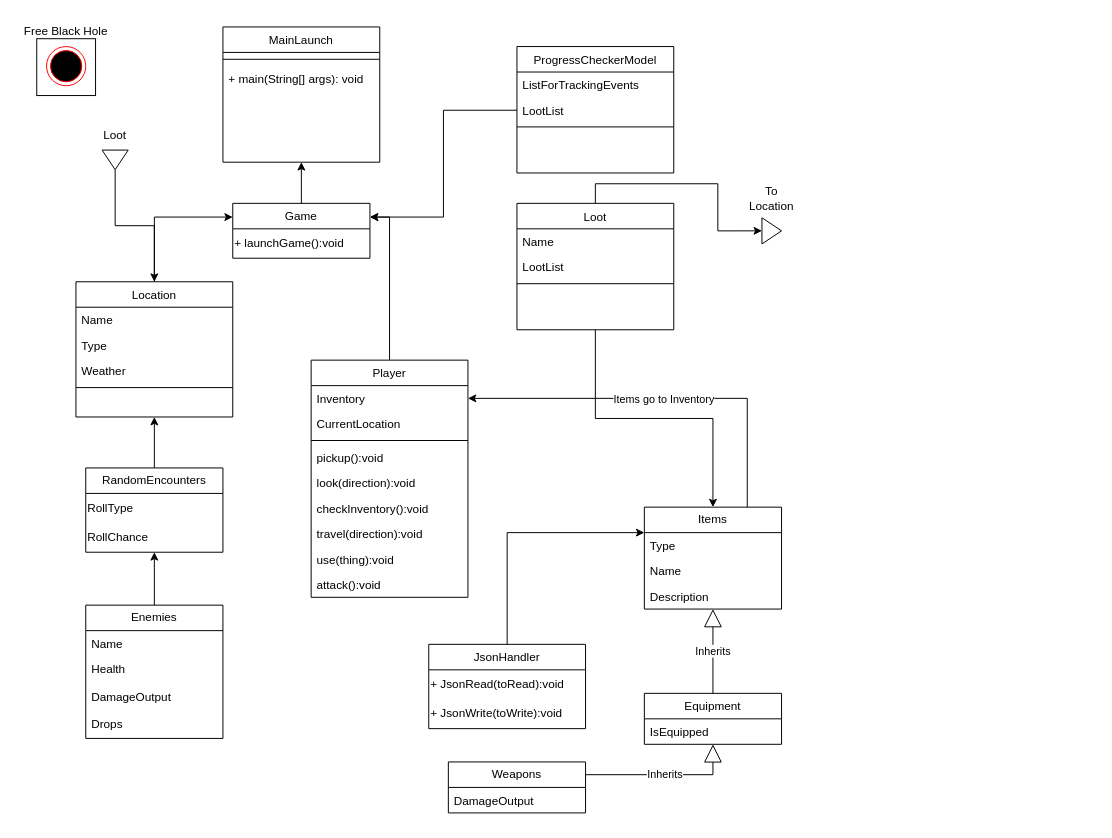
Before: UMLClassDiagramPTAO.drawio in Arhan-Baltes11/PTAO-ProjectTextAdventureOop, a draw.io diagram. Source tidied: cells renumbered, new cells numbered last; positions are measured from the earlier drawing's top-left corner, leaving out a move shared by most shapes. Both pictures are drawn from the tidied source at 98%, with x=0, y=0 at pixel (17, 17).
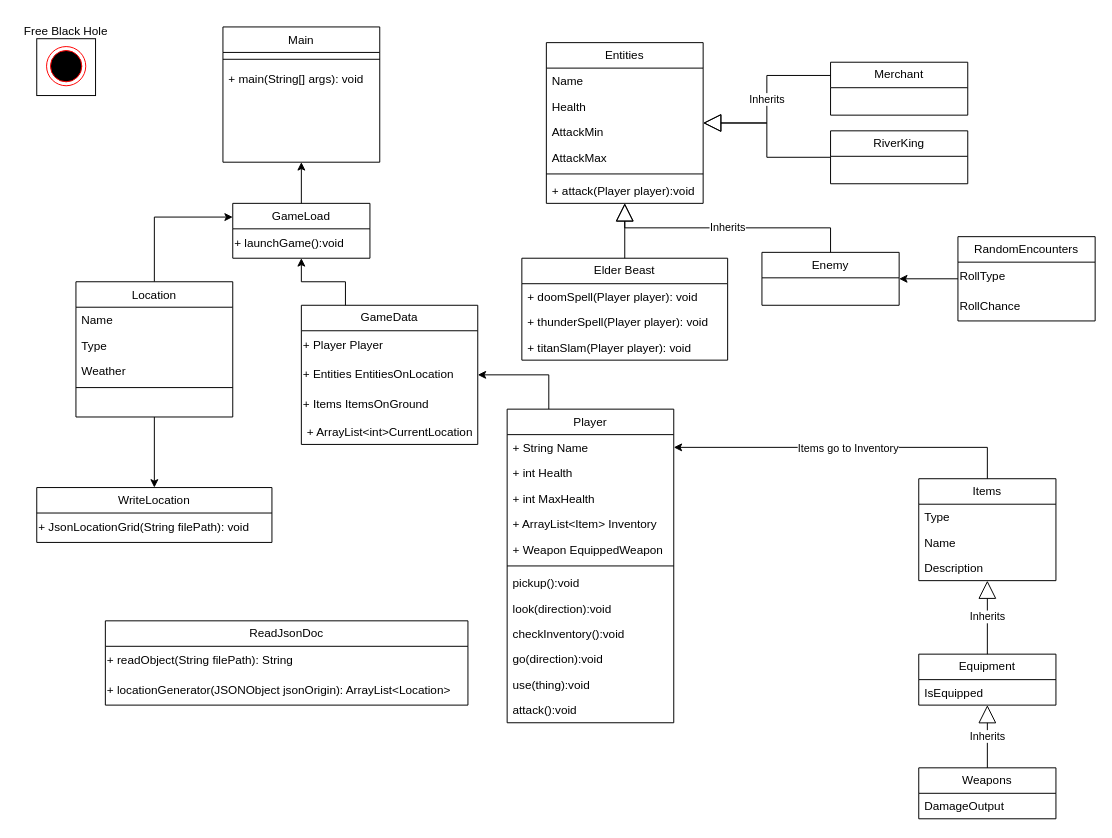
After the change.

Commit message (it also covers changes not shown here):
Updated the UML .drawio document

Unchanged cells that the change refers to:
```xml
<mxCell id="6" value="Location" style="swimlane;fontStyle=0;align=center;verticalAlign=top;horizontal=1;startSize=26;rounded=0;shadow=0;strokeWidth=1;" parent="1" vertex="1">
  <mxGeometry x="60" y="270" width="160" height="138" as="geometry" />
</mxCell>
<mxCell id="39" value="RollChance" style="text;html=1;align=left;verticalAlign=middle;points=[];strokeColor=none;fillColor=none;" parent="37" vertex="1">
  <mxGeometry y="56" width="140" height="30" as="geometry" />
</mxCell>
<mxCell id="67" value="IsEquipped" style="text;align=left;verticalAlign=top;spacingLeft=4;spacingRight=4;overflow=hidden;points=[[0,0.5],[1,0.5]];portConstraint=eastwest;" parent="66" vertex="1">
  <mxGeometry y="26" width="140" height="26" as="geometry" />
</mxCell>
```

Diff of the diagram source:
```diff
@@
-    <mxCell id="2" value="MainLaunch" style="swimlane;fontStyle=0;align=center;verticalAlign=top;horizontal=1;startSize=26;rounded=0;shadow=0;strokeWidth=1;" parent="1" vertex="1">
+    <mxCell id="2" value="Main" style="swimlane;fontStyle=0;align=center;verticalAlign=top;horizontal=1;startSize=26;rounded=0;shadow=0;strokeWidth=1;" parent="1" vertex="1">
       <mxGeometry x="210" y="10" width="160" height="138" as="geometry" />
     </mxCell>
@@
+    <mxCell id="70" style="edgeStyle=orthogonalEdgeStyle;rounded=0;jettySize=auto;html=1;exitX=0.5;exitY=1;exitDx=0;exitDy=0;entryX=0.5;entryY=0;entryDx=0;entryDy=0;" parent="1" edge="1" source="6" target="97">
+      <mxGeometry relative="1" as="geometry" />
+    </mxCell>
@@
-    <mxCell id="11" style="edgeStyle=orthogonalEdgeStyle;rounded=0;jettySize=auto;html=1;exitX=0.5;exitY=0;exitDx=0;exitDy=0;entryX=1;entryY=0.25;entryDx=0;entryDy=0;" parent="1" edge="1" source="12" target="54">
-      <mxGeometry relative="1" as="geometry" />
-    </mxCell>
+    <mxCell id="71" style="edgeStyle=orthogonalEdgeStyle;rounded=0;jettySize=auto;html=1;exitX=0.25;exitY=0;exitDx=0;exitDy=0;" parent="1" edge="1" source="12" target="78">
+      <mxGeometry relative="1" as="geometry" />
+    </mxCell>
     <mxCell id="12" value="Player" style="swimlane;fontStyle=0;align=center;verticalAlign=top;horizontal=1;startSize=26;rounded=0;shadow=0;strokeWidth=1;" parent="1" vertex="1">
-      <mxGeometry x="300" y="350" width="160" height="242" as="geometry" />
+      <mxGeometry x="500" y="400" width="170" height="320" as="geometry" />
     </mxCell>
+    <mxCell id="72" value="+ String Name" style="text;align=left;verticalAlign=top;spacingLeft=4;spacingRight=4;overflow=hidden;points=[[0,0.5],[1,0.5]];portConstraint=eastwest;" parent="12" vertex="1">
+      <mxGeometry y="26" width="170" height="26" as="geometry" />
+    </mxCell>
+    <mxCell id="73" value="+ int Health" style="text;align=left;verticalAlign=top;spacingLeft=4;spacingRight=4;overflow=hidden;" parent="12" vertex="1">
+      <mxGeometry y="52" width="170" height="26" as="geometry" />
+    </mxCell>
+    <mxCell id="74" value="+ int MaxHealth" style="text;align=left;verticalAlign=top;spacingLeft=4;spacingRight=4;overflow=hidden;" parent="12" vertex="1">
+      <mxGeometry y="78" width="170" height="26" as="geometry" />
+    </mxCell>
-    <mxCell id="13" value="Inventory" style="text;align=left;verticalAlign=top;spacingLeft=4;spacingRight=4;overflow=hidden;points=[[0,0.5],[1,0.5]];portConstraint=eastwest;" parent="12" vertex="1">
-      <mxGeometry y="26" width="160" height="26" as="geometry" />
+    <mxCell id="13" value="+ ArrayList&lt;Item&gt; Inventory" style="text;align=left;verticalAlign=top;spacingLeft=4;spacingRight=4;overflow=hidden;points=[[0,0.5],[1,0.5]];portConstraint=eastwest;" parent="12" vertex="1">
+      <mxGeometry y="104" width="170" height="26" as="geometry" />
     </mxCell>
-    <mxCell id="14" value="CurrentLocation" style="text;align=left;verticalAlign=top;spacingLeft=4;spacingRight=4;overflow=hidden;" parent="12" vertex="1">
-      <mxGeometry y="52" width="160" height="26" as="geometry" />
-    </mxCell>
+    <mxCell id="75" value="+ Weapon EquippedWeapon" style="text;align=left;verticalAlign=top;spacingLeft=4;spacingRight=4;overflow=hidden;" parent="12" vertex="1">
+      <mxGeometry y="130" width="170" height="26" as="geometry" />
+    </mxCell>
     <mxCell id="15" style="line;html=1;strokeWidth=1;align=left;verticalAlign=middle;spacingTop=-1;spacingLeft=3;spacingRight=3;labelPosition=right;" parent="12" vertex="1">
-      <mxGeometry y="78" width="160" height="8" as="geometry" />
+      <mxGeometry y="156" width="170" height="8" as="geometry" />
     </mxCell>
     <mxCell id="16" value="pickup():void" style="text;align=left;verticalAlign=top;spacingLeft=4;spacingRight=4;overflow=hidden;" parent="12" vertex="1">
-      <mxGeometry y="86" width="160" height="26" as="geometry" />
+      <mxGeometry y="164" width="170" height="26" as="geometry" />
     </mxCell>
     <mxCell id="17" value="look(direction):void" style="text;align=left;verticalAlign=top;spacingLeft=4;spacingRight=4;overflow=hidden;" parent="12" vertex="1">
-      <mxGeometry y="112" width="160" height="26" as="geometry" />
+      <mxGeometry y="190" width="170" height="26" as="geometry" />
     </mxCell>
     <mxCell id="18" value="checkInventory():void" style="text;align=left;verticalAlign=top;spacingLeft=4;spacingRight=4;overflow=hidden;" parent="12" vertex="1">
-      <mxGeometry y="138" width="160" height="26" as="geometry" />
+      <mxGeometry y="216" width="170" height="26" as="geometry" />
     </mxCell>
-    <mxCell id="19" value="travel(direction):void" style="text;align=left;verticalAlign=top;spacingLeft=4;spacingRight=4;overflow=hidden;" parent="12" vertex="1">
-      <mxGeometry y="164" width="160" height="26" as="geometry" />
+    <mxCell id="19" value="go(direction):void" style="text;align=left;verticalAlign=top;spacingLeft=4;spacingRight=4;overflow=hidden;" parent="12" vertex="1">
+      <mxGeometry y="242" width="170" height="26" as="geometry" />
     </mxCell>
     <mxCell id="20" value="use(thing):void" style="text;align=left;verticalAlign=top;spacingLeft=4;spacingRight=4;overflow=hidden;" parent="12" vertex="1">
-      <mxGeometry y="190" width="160" height="26" as="geometry" />
+      <mxGeometry y="268" width="170" height="26" as="geometry" />
     </mxCell>
     <mxCell id="21" value="attack():void" style="text;align=left;verticalAlign=top;spacingLeft=4;spacingRight=4;overflow=hidden;" parent="12" vertex="1">
-      <mxGeometry y="216" width="160" height="26" as="geometry" />
+      <mxGeometry y="294" width="170" height="26" as="geometry" />
     </mxCell>
-    <mxCell id="22" style="edgeStyle=orthogonalEdgeStyle;rounded=0;jettySize=auto;html=1;exitX=0.5;exitY=0;exitDx=0;exitDy=0;entryX=0;entryY=0.5;entryDx=0;entryDy=0;" parent="1" edge="1" source="24" target="57">
-      <mxGeometry relative="1" as="geometry" />
-    </mxCell>
-    <mxCell id="23" style="edgeStyle=orthogonalEdgeStyle;rounded=0;jettySize=auto;html=1;exitX=0.5;exitY=1;exitDx=0;exitDy=0;" parent="1" edge="1" source="24" target="30">
-      <mxGeometry relative="1" as="geometry" />
-    </mxCell>
-    <mxCell id="24" value="Loot" style="swimlane;fontStyle=0;align=center;verticalAlign=top;horizontal=1;startSize=26;rounded=0;shadow=0;strokeWidth=1;" parent="1" vertex="1">
-      <mxGeometry x="510" y="190" width="160" height="129" as="geometry" />
-    </mxCell>
-    <mxCell id="25" value="Name" style="text;align=left;verticalAlign=top;spacingLeft=4;spacingRight=4;overflow=hidden;" parent="24" vertex="1">
-      <mxGeometry y="26" width="160" height="26" as="geometry" />
-    </mxCell>
-    <mxCell id="26" value="LootList" style="text;align=left;verticalAlign=top;spacingLeft=4;spacingRight=4;overflow=hidden;" parent="24" vertex="1">
-      <mxGeometry y="52" width="160" height="26" as="geometry" />
-    </mxCell>
-    <mxCell id="27" style="line;html=1;strokeWidth=1;align=left;verticalAlign=middle;spacingTop=-1;spacingLeft=3;spacingRight=3;labelPosition=right;" parent="24" vertex="1">
-      <mxGeometry y="78" width="160" height="8" as="geometry" />
-    </mxCell>
-    <mxCell id="28" style="edgeStyle=orthogonalEdgeStyle;rounded=0;jettySize=auto;html=1;exitX=0.75;exitY=0;exitDx=0;exitDy=0;" parent="1" edge="1" source="30" target="13">
+    <mxCell id="28" style="edgeStyle=orthogonalEdgeStyle;rounded=0;jettySize=auto;html=1;entryX=1;entryY=0.5;entryDx=0;entryDy=0;" parent="1" edge="1" source="30" target="72">
       <mxGeometry relative="1" as="geometry" />
     </mxCell>
@@
     <mxCell id="30" value="Items" style="swimlane;fontStyle=0;horizontal=1;startSize=26;fillColor=none;whiteSpace=wrap;html=1;" parent="1" vertex="1">
-      <mxGeometry x="640" y="500" width="140" height="104" as="geometry" />
+      <mxGeometry x="920" y="471" width="140" height="104" as="geometry" />
     </mxCell>
@@
     <mxCell id="34" value="Weapons" style="swimlane;fontStyle=0;horizontal=1;startSize=26;fillColor=none;whiteSpace=wrap;html=1;" parent="1" vertex="1">
-      <mxGeometry x="440" y="760" width="140" height="52" as="geometry" />
+      <mxGeometry x="920" y="766" width="140" height="52" as="geometry" />
     </mxCell>
@@
-    <mxCell id="36" style="edgeStyle=orthogonalEdgeStyle;rounded=0;jettySize=auto;html=1;exitX=0.5;exitY=0;exitDx=0;exitDy=0;entryX=0.5;entryY=1;entryDx=0;entryDy=0;" parent="1" edge="1" source="37" target="6">
-      <mxGeometry relative="1" as="geometry" />
-    </mxCell>
+    <mxCell id="76" style="edgeStyle=orthogonalEdgeStyle;rounded=0;jettySize=auto;html=1;" parent="1" edge="1" source="37" target="41">
+      <mxGeometry relative="1" as="geometry" />
+    </mxCell>
     <mxCell id="37" value="RandomEncounters" style="swimlane;fontStyle=0;horizontal=1;startSize=26;fillColor=none;whiteSpace=wrap;html=1;" parent="1" vertex="1">
-      <mxGeometry x="70" y="460" width="140" height="86" as="geometry" />
+      <mxGeometry x="960" y="224" width="140" height="86" as="geometry" />
     </mxCell>
@@
-    <mxCell id="40" style="edgeStyle=orthogonalEdgeStyle;rounded=0;jettySize=auto;html=1;exitX=0.5;exitY=0;exitDx=0;exitDy=0;" parent="1" edge="1" source="41" target="39">
-      <mxGeometry relative="1" as="geometry" />
-    </mxCell>
-    <mxCell id="41" value="Enemies" style="swimlane;fontStyle=0;horizontal=1;startSize=26;fillColor=none;whiteSpace=wrap;html=1;" parent="1" vertex="1">
-      <mxGeometry x="70" y="600" width="140" height="136" as="geometry" />
+    <mxCell id="41" value="Enemy" style="swimlane;fontStyle=0;horizontal=1;startSize=26;fillColor=none;whiteSpace=wrap;html=1;" parent="1" vertex="1">
+      <mxGeometry x="760" y="240" width="140" height="54" as="geometry" />
     </mxCell>
-    <mxCell id="42" value="Name" style="text;align=left;verticalAlign=top;spacingLeft=4;spacingRight=4;overflow=hidden;" parent="41" vertex="1">
-      <mxGeometry y="26" width="140" height="26" as="geometry" />
-    </mxCell>
-    <mxCell id="43" value="Health" style="text;align=left;verticalAlign=top;spacingLeft=4;spacingRight=4;overflow=hidden;" parent="41" vertex="1">
-      <mxGeometry y="52" width="140" height="28" as="geometry" />
-    </mxCell>
-    <mxCell id="44" value="DamageOutput" style="text;align=left;verticalAlign=top;spacingLeft=4;spacingRight=4;overflow=hidden;" parent="41" vertex="1">
-      <mxGeometry y="80" width="140" height="28" as="geometry" />
-    </mxCell>
-    <mxCell id="45" value="Drops" style="text;align=left;verticalAlign=top;spacingLeft=4;spacingRight=4;overflow=hidden;" parent="41" vertex="1">
-      <mxGeometry y="108" width="140" height="28" as="geometry" />
-    </mxCell>
-    <mxCell id="46" value="ProgressCheckerModel" style="swimlane;fontStyle=0;align=center;verticalAlign=top;horizontal=1;startSize=26;rounded=0;shadow=0;strokeWidth=1;" parent="1" vertex="1">
-      <mxGeometry x="510" y="30" width="160" height="129" as="geometry" />
-    </mxCell>
-    <mxCell id="47" value="ListForTrackingEvents" style="text;align=left;verticalAlign=top;spacingLeft=4;spacingRight=4;overflow=hidden;" parent="46" vertex="1">
-      <mxGeometry y="26" width="160" height="26" as="geometry" />
-    </mxCell>
-    <mxCell id="48" value="LootList" style="text;align=left;verticalAlign=top;spacingLeft=4;spacingRight=4;overflow=hidden;points=[[0,0.5],[1,0.5]];portConstraint=eastwest;" parent="46" vertex="1">
-      <mxGeometry y="52" width="160" height="26" as="geometry" />
-    </mxCell>
-    <mxCell id="49" style="line;html=1;strokeWidth=1;align=left;verticalAlign=middle;spacingTop=-1;spacingLeft=3;spacingRight=3;labelPosition=right;" parent="46" vertex="1">
-      <mxGeometry y="78" width="160" height="8" as="geometry" />
-    </mxCell>
@@
-    <mxCell id="54" value="Game" style="swimlane;fontStyle=0;horizontal=1;startSize=26;fillColor=none;whiteSpace=wrap;html=1;" parent="1" vertex="1">
+    <mxCell id="54" value="GameLoad" style="swimlane;fontStyle=0;horizontal=1;startSize=26;fillColor=none;whiteSpace=wrap;html=1;" parent="1" vertex="1">
       <mxGeometry x="220" y="190" width="140" height="56" as="geometry" />
     </mxCell>
@@
-    <mxCell id="56" style="edgeStyle=orthogonalEdgeStyle;rounded=0;jettySize=auto;html=1;exitX=0;exitY=0.5;exitDx=0;exitDy=0;entryX=1;entryY=0.25;entryDx=0;entryDy=0;" parent="1" edge="1" source="48" target="54">
-      <mxGeometry relative="1" as="geometry" />
-    </mxCell>
-    <mxCell id="57" style="triangle;whiteSpace=wrap;html=1;" parent="1" vertex="1">
-      <mxGeometry x="760" y="204.7" width="20" height="26.7" as="geometry" />
-    </mxCell>
-    <mxCell id="58" style="edgeStyle=orthogonalEdgeStyle;rounded=0;jettySize=auto;html=1;exitX=1;exitY=0.5;exitDx=0;exitDy=0;entryX=0.5;entryY=0;entryDx=0;entryDy=0;" parent="1" edge="1" source="59" target="6">
-      <mxGeometry relative="1" as="geometry" />
-    </mxCell>
-    <mxCell id="59" style="triangle;whiteSpace=wrap;html=1;rotation=90;" parent="1" vertex="1">
-      <mxGeometry x="90" y="132.3" width="20" height="26.7" as="geometry" />
-    </mxCell>
-    <mxCell id="60" value="Loot" style="text;html=1;align=center;verticalAlign=middle;whiteSpace=wrap;rounded=0;" parent="1" vertex="1">
-      <mxGeometry x="75" y="110.3" width="50" height="22" as="geometry" />
-    </mxCell>
-    <mxCell id="61" value="To Location" style="text;html=1;align=center;verticalAlign=middle;whiteSpace=wrap;rounded=0;" parent="1" vertex="1">
-      <mxGeometry x="740" y="170" width="60" height="30" as="geometry" />
-    </mxCell>
-    <mxCell id="62" style="edgeStyle=orthogonalEdgeStyle;rounded=0;jettySize=auto;html=1;exitX=0.5;exitY=0;exitDx=0;exitDy=0;entryX=0;entryY=0.25;entryDx=0;entryDy=0;" parent="1" edge="1" source="63" target="30">
-      <mxGeometry relative="1" as="geometry" />
-    </mxCell>
-    <mxCell id="63" value="JsonHandler" style="swimlane;fontStyle=0;horizontal=1;startSize=26;fillColor=none;whiteSpace=wrap;html=1;" parent="1" vertex="1">
-      <mxGeometry x="420" y="640" width="160" height="86" as="geometry" />
+    <mxCell id="63" value="ReadJsonDoc" style="swimlane;fontStyle=0;horizontal=1;startSize=26;fillColor=none;whiteSpace=wrap;html=1;" parent="1" vertex="1">
+      <mxGeometry x="90" y="616" width="370" height="86" as="geometry" />
     </mxCell>
-    <mxCell id="64" value="+ JsonRead(toRead):void" style="text;html=1;align=left;verticalAlign=middle;strokeColor=none;fillColor=none;" parent="63" vertex="1">
-      <mxGeometry y="26" width="160" height="30" as="geometry" />
+    <mxCell id="64" value="+ readObject(String filePath): String" style="text;html=1;align=left;verticalAlign=middle;strokeColor=none;fillColor=none;" parent="63" vertex="1">
+      <mxGeometry y="26" width="370" height="30" as="geometry" />
     </mxCell>
-    <mxCell id="65" value="+ JsonWrite(toWrite):void" style="text;html=1;align=left;verticalAlign=middle;strokeColor=none;fillColor=none;" parent="63" vertex="1">
-      <mxGeometry y="56" width="160" height="30" as="geometry" />
+    <mxCell id="65" value="+ locationGenerator(JSONObject jsonOrigin): ArrayList&amp;lt;Location&amp;gt;" style="text;html=1;align=left;verticalAlign=middle;strokeColor=none;fillColor=none;" parent="63" vertex="1">
+      <mxGeometry y="56" width="370" height="30" as="geometry" />
     </mxCell>
     <mxCell id="66" value="Equipment" style="swimlane;fontStyle=0;horizontal=1;startSize=26;fillColor=none;whiteSpace=wrap;html=1;" parent="1" vertex="1">
-      <mxGeometry x="640" y="690" width="140" height="52" as="geometry" />
+      <mxGeometry x="920" y="650" width="140" height="52" as="geometry" />
     </mxCell>
@@
-    <mxCell id="69" value="Inherits" style="endArrow=block;endSize=16;endFill=0;html=1;rounded=0;exitX=1;exitY=0.25;exitDx=0;exitDy=0;edgeStyle=orthogonalEdgeStyle;entryX=0.5;entryY=1;entryDx=0;entryDy=0;entryPerimeter=0;" parent="1" edge="1" source="34" target="67">
+    <mxCell id="69" value="Inherits" style="endArrow=block;endSize=16;endFill=0;html=1;rounded=0;exitX=0.5;exitY=0;exitDx=0;exitDy=0;edgeStyle=orthogonalEdgeStyle;entryX=0.5;entryY=1;entryDx=0;entryDy=0;entryPerimeter=0;" parent="1" edge="1" source="34" target="67">
       <mxGeometry relative="1" as="geometry" />
     </mxCell>
+    <mxCell id="77" style="edgeStyle=orthogonalEdgeStyle;rounded=0;jettySize=auto;html=1;exitX=0.25;exitY=0;exitDx=0;exitDy=0;" parent="1" edge="1" source="78" target="54">
+      <mxGeometry relative="1" as="geometry" />
+    </mxCell>
+    <mxCell id="78" value="GameData" style="swimlane;fontStyle=0;horizontal=1;startSize=26;fillColor=none;whiteSpace=wrap;html=1;" parent="1" vertex="1">
+      <mxGeometry x="290" y="294" width="180" height="142" as="geometry" />
+    </mxCell>
+    <mxCell id="79" value="+ Player Player" style="text;html=1;align=left;verticalAlign=middle;strokeColor=none;fillColor=none;" parent="78" vertex="1">
+      <mxGeometry y="26" width="180" height="30" as="geometry" />
+    </mxCell>
+    <mxCell id="80" value="+ Entities EntitiesOnLocation" style="text;html=1;align=left;verticalAlign=middle;strokeColor=none;fillColor=none;" parent="78" vertex="1">
+      <mxGeometry y="56" width="180" height="30" as="geometry" />
+    </mxCell>
+    <mxCell id="81" value="+ Items ItemsOnGround" style="text;html=1;align=left;verticalAlign=middle;strokeColor=none;fillColor=none;" parent="78" vertex="1">
+      <mxGeometry y="86" width="180" height="30" as="geometry" />
+    </mxCell>
+    <mxCell id="14" value="+ ArrayList&lt;int&gt;CurrentLocation" style="text;align=left;verticalAlign=top;spacingLeft=4;spacingRight=4;overflow=hidden;" parent="78" vertex="1">
+      <mxGeometry y="116" width="180" height="26" as="geometry" />
+    </mxCell>
+    <mxCell id="82" value="Entities" style="swimlane;fontStyle=0;horizontal=1;startSize=26;fillColor=none;whiteSpace=wrap;html=1;" parent="1" vertex="1">
+      <mxGeometry x="540" y="26" width="160" height="164" as="geometry" />
+    </mxCell>
+    <mxCell id="25" value="Name" style="text;align=left;verticalAlign=top;spacingLeft=4;spacingRight=4;overflow=hidden;" parent="82" vertex="1">
+      <mxGeometry y="26" width="160" height="26" as="geometry" />
+    </mxCell>
+    <mxCell id="43" value="Health" style="text;align=left;verticalAlign=top;spacingLeft=4;spacingRight=4;overflow=hidden;" parent="82" vertex="1">
+      <mxGeometry y="52" width="160" height="26" as="geometry" />
+    </mxCell>
+    <mxCell id="83" value="AttackMin" style="text;align=left;verticalAlign=top;spacingLeft=4;spacingRight=4;overflow=hidden;" parent="82" vertex="1">
+      <mxGeometry y="78" width="160" height="26" as="geometry" />
+    </mxCell>
+    <mxCell id="84" value="AttackMax" style="text;align=left;verticalAlign=top;spacingLeft=4;spacingRight=4;overflow=hidden;" parent="82" vertex="1">
+      <mxGeometry y="104" width="160" height="26" as="geometry" />
+    </mxCell>
+    <mxCell id="85" style="line;strokeWidth=1;fillColor=none;align=left;verticalAlign=middle;spacingTop=-1;spacingLeft=3;spacingRight=3;labelPosition=right;strokeColor=inherit;" parent="82" vertex="1">
+      <mxGeometry y="130" width="160" height="8" as="geometry" />
+    </mxCell>
+    <mxCell id="86" value="+ attack(Player player):void" style="text;align=left;verticalAlign=top;spacingLeft=4;spacingRight=4;overflow=hidden;" parent="82" vertex="1">
+      <mxGeometry y="138" width="160" height="26" as="geometry" />
+    </mxCell>
+    <mxCell id="87" value="Merchant" style="swimlane;fontStyle=0;horizontal=1;startSize=26;fillColor=none;whiteSpace=wrap;html=1;" parent="1" vertex="1">
+      <mxGeometry x="830" y="46" width="140" height="54" as="geometry" />
+    </mxCell>
+    <mxCell id="88" value="RiverKing" style="swimlane;fontStyle=0;horizontal=1;startSize=26;fillColor=none;whiteSpace=wrap;html=1;" parent="1" vertex="1">
+      <mxGeometry x="830" y="116" width="140" height="54" as="geometry" />
+    </mxCell>
+    <mxCell id="89" value="Elder Beast" style="swimlane;fontStyle=0;horizontal=1;startSize=26;fillColor=none;whiteSpace=wrap;html=1;" parent="1" vertex="1">
+      <mxGeometry x="515" y="246" width="210" height="104" as="geometry" />
+    </mxCell>
+    <mxCell id="90" value="+ doomSpell(Player player): void" style="text;align=left;verticalAlign=top;spacingLeft=4;spacingRight=4;overflow=hidden;" parent="89" vertex="1">
+      <mxGeometry y="26" width="210" height="26" as="geometry" />
+    </mxCell>
+    <mxCell id="91" value="+ thunderSpell(Player player): void" style="text;align=left;verticalAlign=top;spacingLeft=4;spacingRight=4;overflow=hidden;" parent="89" vertex="1">
+      <mxGeometry y="52" width="210" height="26" as="geometry" />
+    </mxCell>
+    <mxCell id="92" value="+ titanSlam(Player player): void" style="text;align=left;verticalAlign=top;spacingLeft=4;spacingRight=4;overflow=hidden;" parent="89" vertex="1">
+      <mxGeometry y="78" width="210" height="26" as="geometry" />
+    </mxCell>
+    <mxCell id="93" style="endArrow=block;endSize=16;endFill=0;html=1;rounded=0;exitX=0.5;exitY=0;exitDx=0;exitDy=0;edgeStyle=orthogonalEdgeStyle;" parent="1" edge="1" source="89" target="82">
+      <mxGeometry relative="1" as="geometry" />
+    </mxCell>
+    <mxCell id="94" value="Inherits" style="endArrow=block;endSize=16;endFill=0;html=1;rounded=0;exitX=0.5;exitY=0;exitDx=0;exitDy=0;edgeStyle=orthogonalEdgeStyle;" parent="1" edge="1" source="41" target="82">
+      <mxGeometry relative="1" as="geometry" />
+    </mxCell>
+    <mxCell id="95" value="Inherits" style="endArrow=block;endSize=16;endFill=0;html=1;rounded=0;exitX=0;exitY=0.25;exitDx=0;exitDy=0;edgeStyle=orthogonalEdgeStyle;" parent="1" edge="1" source="87" target="82">
+      <mxGeometry relative="1" as="geometry" />
+    </mxCell>
+    <mxCell id="96" style="endArrow=block;endSize=16;endFill=0;html=1;rounded=0;edgeStyle=orthogonalEdgeStyle;" parent="1" edge="1" source="88" target="82">
+      <mxGeometry relative="1" as="geometry" />
+    </mxCell>
+    <mxCell id="97" value="WriteLocation" style="swimlane;fontStyle=0;horizontal=1;startSize=26;fillColor=none;whiteSpace=wrap;html=1;" parent="1" vertex="1">
+      <mxGeometry x="20" y="480" width="240" height="56" as="geometry" />
+    </mxCell>
+    <mxCell id="98" value="+ JsonLocationGrid(String filePath): void" style="text;html=1;align=left;verticalAlign=middle;strokeColor=none;fillColor=none;" parent="97" vertex="1">
+      <mxGeometry y="26" width="240" height="30" as="geometry" />
+    </mxCell>
```
